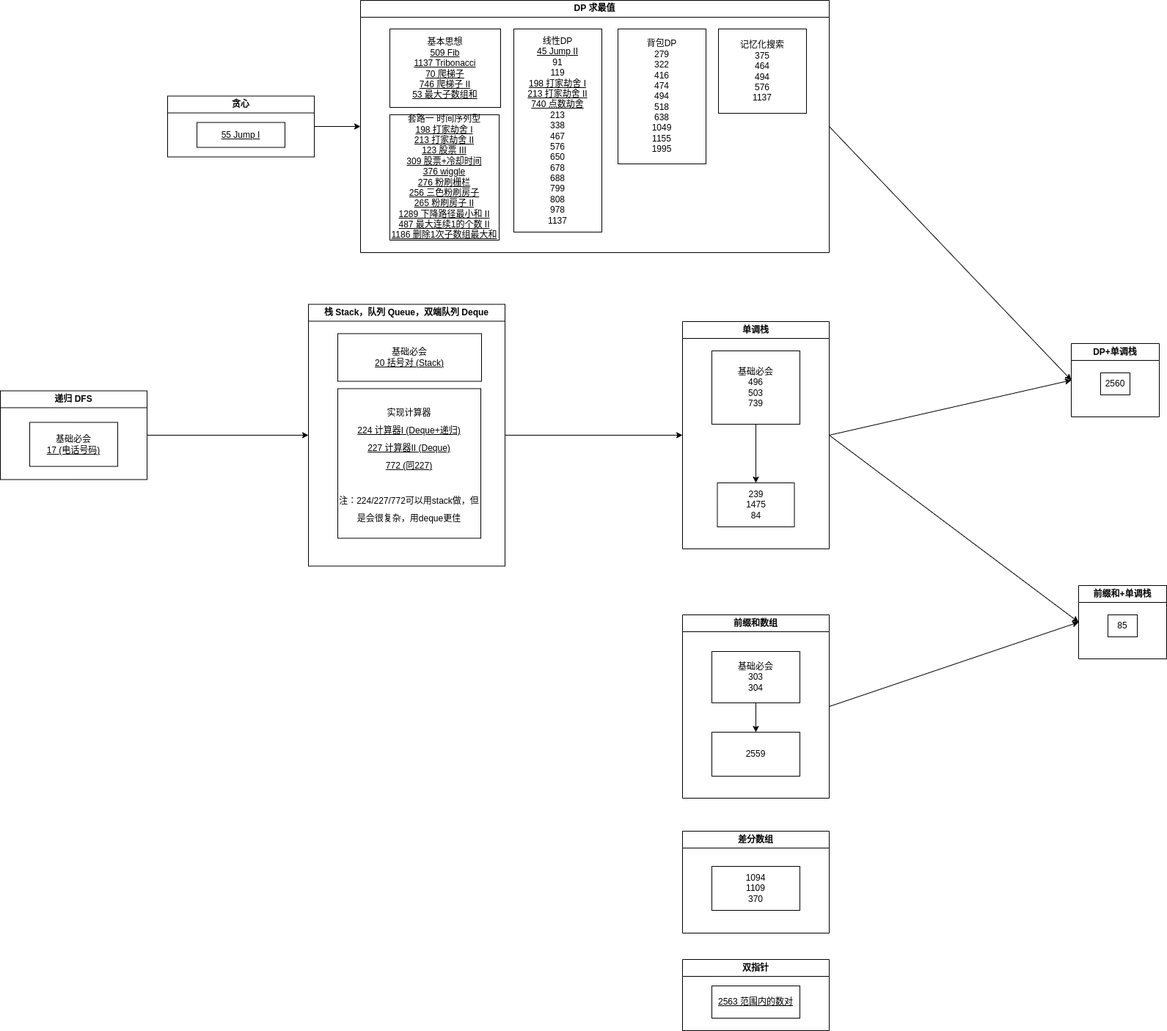
Before: drawio/map.drawio.png, a diagram exported from draw.io (jssonx/algo-playground). Source tidied: cells renumbered, new cells last; positions are measured from the earlier drawing's top-left corner, leaving out a move shared by most shapes.
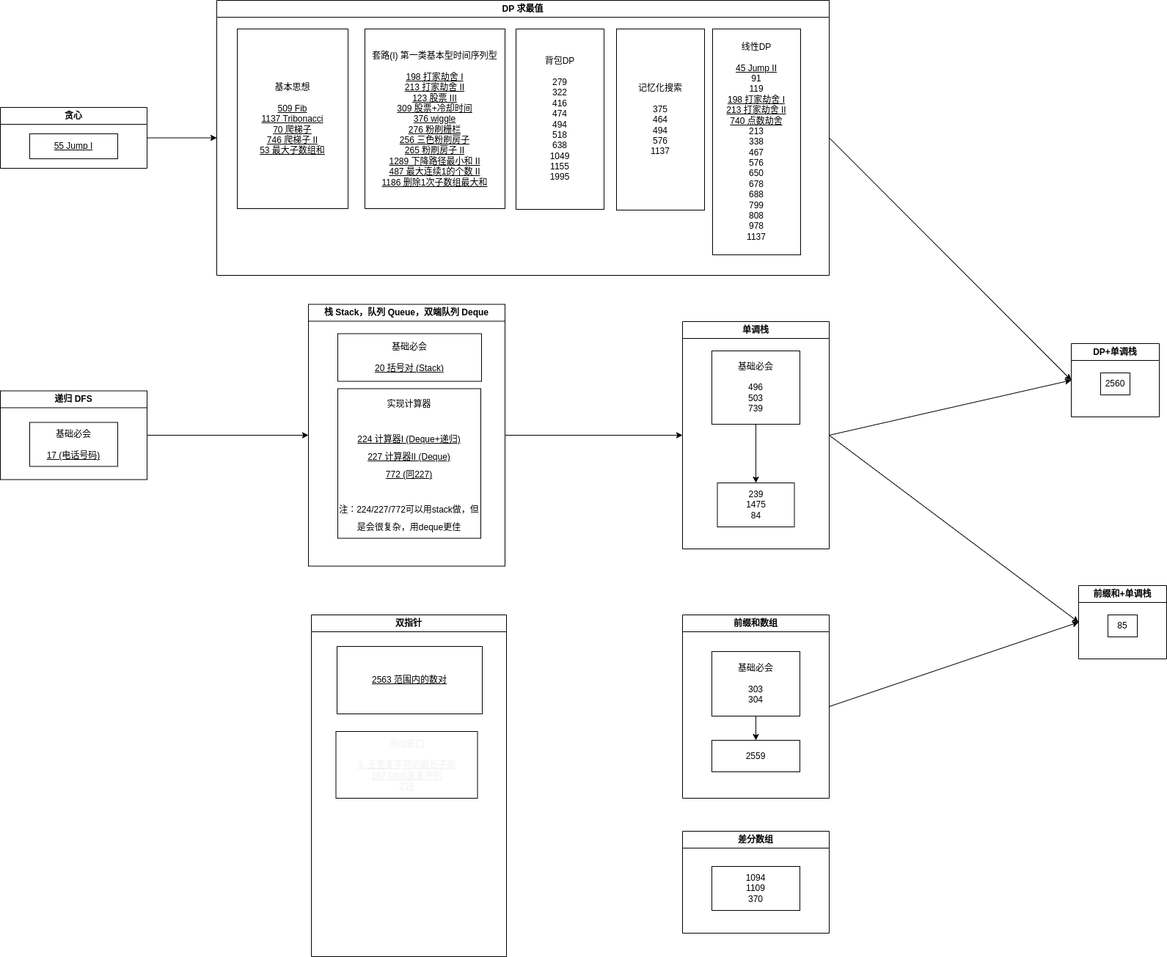
The same file after the commit.

Change to the diagram source:
```diff
@@ -11,11 +11,11 @@
     <mxCell id="4" style="edgeStyle=none;html=1;exitX=0.5;exitY=1;exitDx=0;exitDy=0;entryX=0.5;entryY=0;entryDx=0;entryDy=0;rounded=0;" parent="3" edge="1" source="5" target="6">
       <mxGeometry relative="1" as="geometry" />
     </mxCell>
-    <mxCell id="5" value="基础必会&lt;br&gt;303&lt;br&gt;304" style="whiteSpace=wrap;html=1;rounded=0;" parent="3" vertex="1">
-      <mxGeometry x="40" y="50" width="120" height="70" as="geometry" />
+    <mxCell id="5" value="基础必会&lt;br&gt;&lt;br&gt;303&lt;br&gt;304" style="whiteSpace=wrap;html=1;rounded=0;" parent="3" vertex="1">
+      <mxGeometry x="40" y="50" width="120" height="88" as="geometry" />
     </mxCell>
     <mxCell id="6" value="2559" style="whiteSpace=wrap;html=1;rounded=0;" parent="3" vertex="1">
-      <mxGeometry x="40" y="160" width="120" height="60" as="geometry" />
+      <mxGeometry x="40" y="171" width="120" height="43" as="geometry" />
     </mxCell>
     <mxCell id="7" value="单调栈" style="swimlane;whiteSpace=wrap;html=1;rounded=0;" parent="1" vertex="1">
       <mxGeometry x="930" y="438" width="200" height="310" as="geometry" />
@@ -26,7 +26,7 @@
     <mxCell id="9" style="edgeStyle=none;html=1;exitX=0.5;exitY=1;exitDx=0;exitDy=0;entryX=0.5;entryY=0;entryDx=0;entryDy=0;rounded=0;" parent="7" edge="1" source="10" target="8">
       <mxGeometry relative="1" as="geometry" />
     </mxCell>
-    <mxCell id="10" value="基础必会&lt;br&gt;496&lt;br&gt;503&lt;br&gt;739" style="whiteSpace=wrap;html=1;rounded=0;" parent="7" vertex="1">
+    <mxCell id="10" value="基础必会&lt;br&gt;&lt;br&gt;496&lt;br&gt;503&lt;br&gt;739" style="whiteSpace=wrap;html=1;rounded=0;" parent="7" vertex="1">
       <mxGeometry x="40" y="40" width="120" height="100" as="geometry" />
     </mxCell>
     <mxCell id="11" value="前缀和+单调栈" style="swimlane;whiteSpace=wrap;html=1;rounded=0;" parent="1" vertex="1">
@@ -51,30 +51,18 @@
       <mxGeometry relative="1" as="geometry" />
     </mxCell>
     <mxCell id="18" value="DP 求最值" style="swimlane;whiteSpace=wrap;html=1;rounded=0;" parent="1" vertex="1">
-      <mxGeometry x="491" width="639" height="344" as="geometry" />
+      <mxGeometry x="295" width="835" height="375" as="geometry" />
     </mxCell>
-    <mxCell id="19" value="背包DP&lt;br&gt;279&lt;br&gt;322&lt;br&gt;416&lt;br&gt;474&lt;br&gt;494&lt;br&gt;518&lt;br&gt;638&lt;br&gt;1049&lt;br&gt;1155&lt;br&gt;1995&lt;br&gt;" style="whiteSpace=wrap;html=1;" parent="18" vertex="1">
-      <mxGeometry x="351" y="39" width="120" height="184" as="geometry" />
-    </mxCell>
-    <mxCell id="20" value="记忆化搜索&lt;br&gt;375&lt;br&gt;464&lt;br&gt;494&lt;br&gt;576&lt;br&gt;1137" style="whiteSpace=wrap;html=1;" parent="18" vertex="1">
-      <mxGeometry x="488" y="39" width="120" height="115" as="geometry" />
-    </mxCell>
-    <mxCell id="21" value="基本思想&lt;br&gt;&lt;u&gt;509 Fib&lt;br&gt;1137 Tribonacci&lt;br&gt;70 爬梯子&lt;br&gt;746 爬梯子 II&lt;br&gt;53 最大子数组和&lt;br&gt;&lt;/u&gt;" style="whiteSpace=wrap;html=1;" parent="18" vertex="1">
-      <mxGeometry x="40" y="39" width="151" height="107" as="geometry" />
-    </mxCell>
-    <mxCell id="22" value="套路一 时间序列型&lt;br&gt;&lt;u&gt;198 打家劫舍 I&lt;/u&gt;&lt;br&gt;&lt;u&gt;213 打家劫舍 II&lt;/u&gt;&lt;br&gt;&lt;u&gt;123 股票 III&lt;br&gt;309 股票+冷却时间&lt;br&gt;376 wiggle&lt;br&gt;276 粉刷栅栏&lt;br&gt;256 三色粉刷房子&lt;br&gt;265 粉刷房子 II&lt;br&gt;1289 下降路径最小和 II&lt;br&gt;487 最大连续1的个数 II&lt;br&gt;1186 删除1次子数组最大和&lt;br&gt;&lt;/u&gt;" style="whiteSpace=wrap;html=1;" parent="18" vertex="1">
-      <mxGeometry x="40" y="156" width="149" height="171" as="geometry" />
-    </mxCell>
     <mxCell id="23" style="edgeStyle=none;html=1;exitX=1;exitY=0.5;exitDx=0;exitDy=0;entryX=0;entryY=0.5;entryDx=0;entryDy=0;rounded=0;" parent="1" edge="1" source="24" target="7">
       <mxGeometry relative="1" as="geometry" />
     </mxCell>
     <mxCell id="24" value="栈 Stack，队列 Queue，双端队列 Deque" style="swimlane;whiteSpace=wrap;html=1;rounded=0;" parent="1" vertex="1">
       <mxGeometry x="420" y="414.5" width="268" height="357" as="geometry" />
     </mxCell>
-    <mxCell id="25" value="基础必会&lt;br&gt;&lt;u&gt;20 括号对 (Stack)&lt;/u&gt;" style="whiteSpace=wrap;html=1;rounded=0;" parent="24" vertex="1">
+    <mxCell id="25" value="基础必会&lt;br&gt;&lt;br&gt;&lt;u&gt;20 括号对 (Stack)&lt;/u&gt;" style="whiteSpace=wrap;html=1;rounded=0;" parent="24" vertex="1">
       <mxGeometry x="40" y="40" width="196" height="65" as="geometry" />
     </mxCell>
-    <mxCell id="26" value="&lt;font style=&quot;font-size: 12px;&quot;&gt;&lt;font face=&quot;Helvetica&quot;&gt;实现计算器&lt;br&gt;&lt;u&gt;224 计算器I (Deque+递归)&lt;br&gt;227 计算器II (Deque)&lt;br&gt;772 (同227)&lt;/u&gt;&lt;br&gt;&lt;br&gt;注：224/227/772可以用stack做，但是会很复杂，用deque更佳&lt;/font&gt;&lt;br&gt;&lt;/font&gt;" style="whiteSpace=wrap;html=1;hachureGap=4;fontFamily=Architects Daughter;fontSource=https%3A%2F%2Ffonts.googleapis.com%2Fcss%3Ffamily%3DArchitects%2BDaughter;fontSize=20;" parent="24" vertex="1">
+    <mxCell id="26" value="&lt;font style=&quot;font-size: 12px;&quot;&gt;&lt;font face=&quot;Helvetica&quot;&gt;实现计算器&lt;br&gt;&lt;br&gt;&lt;u&gt;224 计算器I (Deque+递归)&lt;br&gt;227 计算器II (Deque)&lt;br&gt;772 (同227)&lt;/u&gt;&lt;br&gt;&lt;br&gt;注：224/227/772可以用stack做，但是会很复杂，用deque更佳&lt;/font&gt;&lt;br&gt;&lt;/font&gt;" style="whiteSpace=wrap;html=1;hachureGap=4;fontFamily=Architects Daughter;fontSource=https%3A%2F%2Ffonts.googleapis.com%2Fcss%3Ffamily%3DArchitects%2BDaughter;fontSize=20;" parent="24" vertex="1">
       <mxGeometry x="40" y="115" width="195" height="204" as="geometry" />
     </mxCell>
     <mxCell id="27" style="edgeStyle=none;html=1;exitX=1;exitY=0.5;exitDx=0;exitDy=0;entryX=0;entryY=0.5;entryDx=0;entryDy=0;fontFamily=Helvetica;" parent="1" edge="1" source="28" target="24">
@@ -83,7 +71,7 @@
     <mxCell id="28" value="递归 DFS" style="swimlane;whiteSpace=wrap;html=1;fontFamily=Helvetica;" parent="1" vertex="1">
       <mxGeometry y="532.5" width="200" height="121" as="geometry" />
     </mxCell>
-    <mxCell id="29" value="基础必会&lt;br&gt;&lt;u&gt;17 (电话号码)&lt;/u&gt;" style="whiteSpace=wrap;html=1;fontFamily=Helvetica;" parent="28" vertex="1">
+    <mxCell id="29" value="基础必会&lt;br&gt;&lt;br&gt;&lt;u&gt;17 (电话号码)&lt;/u&gt;" style="whiteSpace=wrap;html=1;fontFamily=Helvetica;" parent="28" vertex="1">
       <mxGeometry x="40" y="43" width="120" height="60" as="geometry" />
     </mxCell>
     <mxCell id="30" value="差分数组" style="swimlane;whiteSpace=wrap;html=1;" parent="1" vertex="1">
@@ -92,23 +80,38 @@
     <mxCell id="31" value="1094&lt;br&gt;1109&lt;br&gt;370" style="whiteSpace=wrap;html=1;" parent="30" vertex="1">
       <mxGeometry x="40" y="48" width="120" height="60" as="geometry" />
     </mxCell>
-    <mxCell id="32" value="线性DP&lt;br&gt;&lt;u&gt;45 Jump II&lt;br&gt;&lt;/u&gt;91&lt;br&gt;119&lt;br&gt;&lt;u&gt;198 打家劫舍 I&lt;br&gt;213 打家劫舍 II&lt;br&gt;&lt;/u&gt;&lt;u&gt;740 点数劫舍&lt;/u&gt;&lt;br&gt;213&lt;br&gt;338&lt;br&gt;467&lt;br&gt;576&lt;br&gt;650&lt;br&gt;678&lt;br&gt;688&lt;br&gt;799&lt;br&gt;808&lt;br&gt;978&lt;br&gt;1137" style="whiteSpace=wrap;html=1;" parent="1" vertex="1">
-      <mxGeometry x="700" y="39" width="120" height="277" as="geometry" />
+    <mxCell id="32" value="线性DP&lt;br&gt;&lt;br&gt;&lt;u&gt;45 Jump II&lt;br&gt;&lt;/u&gt;91&lt;br&gt;119&lt;br&gt;&lt;u&gt;198 打家劫舍 I&lt;br&gt;213 打家劫舍 II&lt;br&gt;&lt;/u&gt;&lt;u&gt;740 点数劫舍&lt;/u&gt;&lt;br&gt;213&lt;br&gt;338&lt;br&gt;467&lt;br&gt;576&lt;br&gt;650&lt;br&gt;678&lt;br&gt;688&lt;br&gt;799&lt;br&gt;808&lt;br&gt;978&lt;br&gt;1137" style="whiteSpace=wrap;html=1;" parent="1" vertex="1">
+      <mxGeometry x="971" y="39" width="120" height="308" as="geometry" />
     </mxCell>
     <mxCell id="33" style="edgeStyle=none;html=1;exitX=1;exitY=0.5;exitDx=0;exitDy=0;entryX=0;entryY=0.5;entryDx=0;entryDy=0;" parent="1" edge="1" source="34" target="18">
       <mxGeometry relative="1" as="geometry" />
     </mxCell>
     <mxCell id="34" value="贪心" style="swimlane;whiteSpace=wrap;html=1;" parent="1" vertex="1">
-      <mxGeometry x="228" y="130.5" width="200" height="83" as="geometry" />
+      <mxGeometry y="146" width="200" height="83" as="geometry" />
     </mxCell>
     <mxCell id="35" value="&lt;u&gt;55 Jump I&lt;/u&gt;" style="whiteSpace=wrap;html=1;" parent="34" vertex="1">
       <mxGeometry x="40" y="36" width="120" height="34" as="geometry" />
     </mxCell>
+    <mxCell id="19" value="背包DP&lt;br&gt;&lt;br&gt;279&lt;br&gt;322&lt;br&gt;416&lt;br&gt;474&lt;br&gt;494&lt;br&gt;518&lt;br&gt;638&lt;br&gt;1049&lt;br&gt;1155&lt;br&gt;1995" style="whiteSpace=wrap;html=1;" parent="1" vertex="1">
+      <mxGeometry x="703" y="39" width="120" height="246" as="geometry" />
+    </mxCell>
+    <mxCell id="20" value="记忆化搜索&lt;br&gt;&lt;br&gt;375&lt;br&gt;464&lt;br&gt;494&lt;br&gt;576&lt;br&gt;1137" style="whiteSpace=wrap;html=1;" parent="1" vertex="1">
+      <mxGeometry x="840" y="39" width="120" height="247" as="geometry" />
+    </mxCell>
+    <mxCell id="21" value="基本思想&lt;br&gt;&lt;br&gt;&lt;u&gt;509 Fib&lt;br&gt;1137 Tribonacci&lt;br&gt;70 爬梯子&lt;br&gt;746 爬梯子 II&lt;br&gt;53 最大子数组和&lt;br&gt;&lt;/u&gt;" style="whiteSpace=wrap;html=1;" parent="1" vertex="1">
+      <mxGeometry x="323" y="39" width="151" height="245" as="geometry" />
+    </mxCell>
+    <mxCell id="22" value="套路(I) 第一类基本型时间序列型&lt;br&gt;&lt;br&gt;&lt;u&gt;198 打家劫舍 I&lt;/u&gt;&lt;br&gt;&lt;u&gt;213 打家劫舍 II&lt;/u&gt;&lt;br&gt;&lt;u&gt;123 股票 III&lt;br&gt;309 股票+冷却时间&lt;br&gt;376 wiggle&lt;br&gt;276 粉刷栅栏&lt;br&gt;256 三色粉刷房子&lt;br&gt;265 粉刷房子 II&lt;br&gt;1289 下降路径最小和 II&lt;br&gt;487 最大连续1的个数 II&lt;br&gt;1186 删除1次子数组最大和&lt;br&gt;&lt;/u&gt;" style="whiteSpace=wrap;html=1;" parent="1" vertex="1">
+      <mxGeometry x="497" y="39" width="191" height="245" as="geometry" />
+    </mxCell>
     <mxCell id="36" value="双指针" style="swimlane;whiteSpace=wrap;html=1;" parent="1" vertex="1">
-      <mxGeometry x="930" y="1308" width="200" height="97" as="geometry" />
+      <mxGeometry x="424" y="838" width="266" height="466" as="geometry" />
     </mxCell>
-    <mxCell id="37" value="&lt;u&gt;2563 范围内的数对&lt;/u&gt;" style="whiteSpace=wrap;html=1;" parent="36" vertex="1">
-      <mxGeometry x="40" y="36" width="120" height="44" as="geometry" />
+    <mxCell id="37" value="&lt;u&gt;2563 范围内的数对&lt;br&gt;&lt;/u&gt;" style="whiteSpace=wrap;html=1;" parent="36" vertex="1">
+      <mxGeometry x="35" y="43" width="198" height="92" as="geometry" />
     </mxCell>
+    <mxCell id="38" value="滑动窗口&lt;br&gt;&lt;br&gt;&lt;u style=&quot;caret-color: rgb(0, 0, 0);&quot;&gt;3. 无重复字符的最长子串&lt;br&gt;187 DNA重复序列&lt;br&gt;219&lt;br&gt;&lt;/u&gt;" style="whiteSpace=wrap;html=1;fontFamily=Helvetica;fontSize=12;fontColor=#F0F0F0;" parent="36" vertex="1">
+      <mxGeometry x="33.5" y="159" width="193" height="91" as="geometry" />
+    </mxCell>
   </root>
 </mxGraphModel>
```
